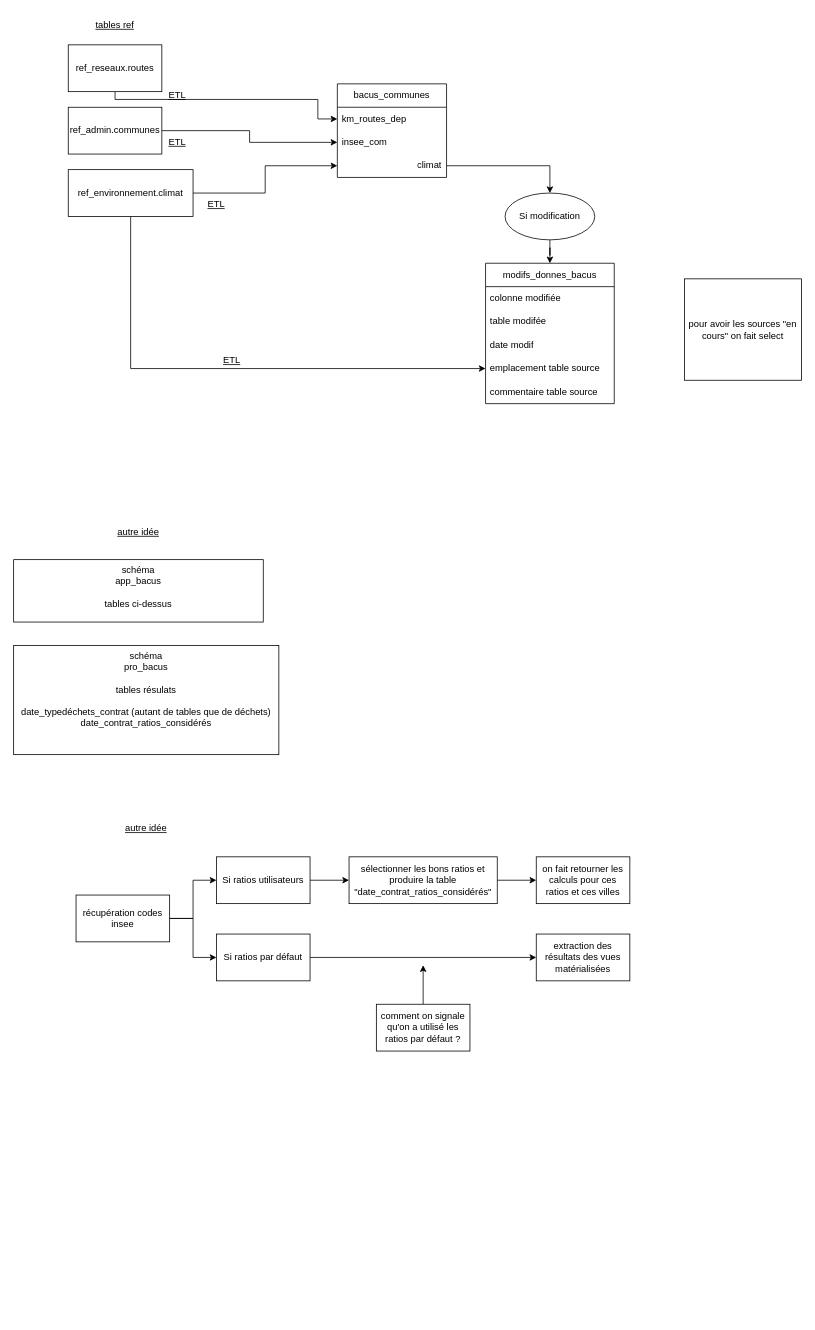
Above: Diagramme sans nom.drawio in dodviso/solagro_sql_bacus (draw.io), before the change. Source tidied: cells renumbered, new cells numbered last; positions are measured from the earlier drawing's top-left corner, leaving out a move shared by most shapes. Both pictures are drawn from the tidied source at 78%, with x=0, y=0 at pixel (13, 13). Pictures stored in the file or linked from it are replaced by grey dashed boxes.
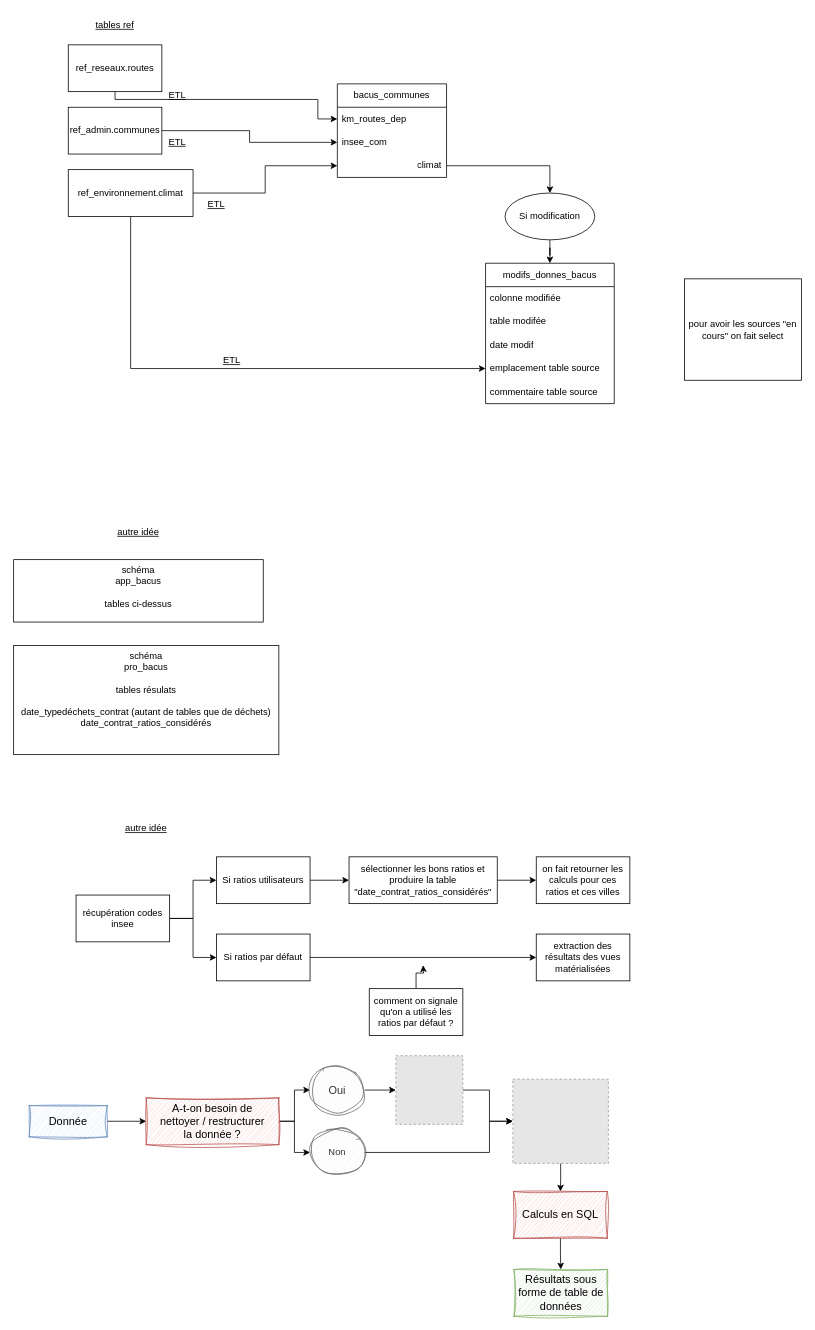
Above is the later version.

Commit message:
Mettre à jour Diagramme sans nom.drawio

Diff of the diagram source:
```diff
@@
     <mxCell id="44" value="comment on signale qu'on a utilisé les ratios par défaut ?" style="rounded=0;whiteSpace=wrap;html=1;" parent="1" vertex="1">
-      <mxGeometry x="465" y="1270" width="120" height="60" as="geometry" />
+      <mxGeometry x="455.9" y="1250" width="120" height="60" as="geometry" />
     </mxCell>
+    <mxCell id="45" style="edgeStyle=orthogonalEdgeStyle;rounded=0;jettySize=auto;html=1;entryX=0;entryY=0.5;entryDx=0;entryDy=0;" parent="1" edge="1" source="46" target="49">
+      <mxGeometry relative="1" as="geometry" />
+    </mxCell>
+    <mxCell id="46" value="&lt;font style=&quot;font-size: 14px;&quot;&gt;Donnée&lt;/font&gt;" style="rounded=0;whiteSpace=wrap;html=1;fillColor=#dae8fc;strokeColor=#6c8ebf;sketch=1;curveFitting=1;jiggle=2;" parent="1" vertex="1">
+      <mxGeometry x="20" y="1400" width="100" height="40" as="geometry" />
+    </mxCell>
+    <mxCell id="47" style="edgeStyle=orthogonalEdgeStyle;rounded=0;jettySize=auto;html=1;" parent="1" edge="1" source="49" target="51">
+      <mxGeometry relative="1" as="geometry" />
+    </mxCell>
+    <mxCell id="48" style="edgeStyle=orthogonalEdgeStyle;rounded=0;jettySize=auto;html=1;" parent="1" edge="1" source="49" target="53">
+      <mxGeometry relative="1" as="geometry" />
+    </mxCell>
+    <mxCell id="49" value="&lt;font style=&quot;font-size: 14px;&quot;&gt;A-t-on besoin de nettoyer / restructurer la donnée ? &lt;/font&gt;" style="rounded=0;whiteSpace=wrap;html=1;sketch=1;curveFitting=1;jiggle=2;fillColor=#f8cecc;strokeColor=#b85450;spacing=16;" parent="1" vertex="1">
+      <mxGeometry x="170" y="1390" width="170" height="60" as="geometry" />
+    </mxCell>
+    <mxCell id="50" style="edgeStyle=orthogonalEdgeStyle;rounded=0;jettySize=auto;html=1;" parent="1" edge="1" source="51" target="55">
+      <mxGeometry relative="1" as="geometry" />
+    </mxCell>
+    <mxCell id="51" value="&lt;font style=&quot;font-size: 14px;&quot;&gt;Oui &lt;/font&gt;" style="ellipse;whiteSpace=wrap;html=1;fillColor=#f5f5f5;strokeColor=#666666;sketch=1;curveFitting=1;jiggle=2;fontColor=#333333;" parent="1" vertex="1">
+      <mxGeometry x="380" y="1350" width="70" height="60" as="geometry" />
+    </mxCell>
+    <mxCell id="52" style="edgeStyle=orthogonalEdgeStyle;rounded=0;jettySize=auto;html=1;" parent="1" edge="1" source="53" target="57">
+      <mxGeometry relative="1" as="geometry">
+        <Array as="points">
+          <mxPoint x="610" y="1460" />
+          <mxPoint x="610" y="1420" />
+        </Array>
+      </mxGeometry>
+    </mxCell>
+    <mxCell id="53" value="Non" style="ellipse;whiteSpace=wrap;html=1;fillColor=#f5f5f5;strokeColor=#666666;sketch=1;curveFitting=1;jiggle=2;fontColor=#333333;" parent="1" vertex="1">
+      <mxGeometry x="380" y="1430" width="70" height="60" as="geometry" />
+    </mxCell>
+    <mxCell id="54" style="edgeStyle=orthogonalEdgeStyle;rounded=0;jettySize=auto;html=1;" parent="1" edge="1" source="55" target="57">
+      <mxGeometry relative="1" as="geometry">
+        <Array as="points">
+          <mxPoint x="610" y="1380" />
+          <mxPoint x="610" y="1420" />
+        </Array>
+      </mxGeometry>
+    </mxCell>
+    <mxCell id="55" style="fillColor=#E6E6E6;strokeColor=#999999;dashed=1;verticalLabelPosition=bottom;labelBackgroundColor=default;verticalAlign=top;" parent="1" vertex="1">
+      <mxGeometry x="490" y="1336" width="85.9" height="88" as="geometry" />
+    </mxCell>
+    <mxCell id="56" style="edgeStyle=orthogonalEdgeStyle;rounded=0;jettySize=auto;html=1;" parent="1" edge="1" source="57" target="59">
+      <mxGeometry relative="1" as="geometry" />
+    </mxCell>
+    <mxCell id="57" style="fillColor=#E6E6E6;strokeColor=#999999;dashed=1;verticalLabelPosition=bottom;labelBackgroundColor=default;verticalAlign=top;" parent="1" vertex="1">
+      <mxGeometry x="640" y="1366" width="122.5" height="108" as="geometry" />
+    </mxCell>
+    <mxCell id="58" style="edgeStyle=orthogonalEdgeStyle;rounded=0;jettySize=auto;html=1;" parent="1" edge="1" source="59" target="60">
+      <mxGeometry relative="1" as="geometry" />
+    </mxCell>
+    <mxCell id="59" value="&lt;font style=&quot;font-size: 14px;&quot;&gt;Calculs en SQL &lt;/font&gt;" style="rounded=0;whiteSpace=wrap;html=1;fillColor=#f8cecc;strokeColor=#b85450;sketch=1;curveFitting=1;jiggle=2;" parent="1" vertex="1">
+      <mxGeometry x="641" y="1510" width="120" height="60" as="geometry" />
+    </mxCell>
+    <mxCell id="60" value="&lt;font style=&quot;font-size: 14px;&quot;&gt;Résultats sous forme de table de données&lt;br&gt;&lt;/font&gt;" style="rounded=0;whiteSpace=wrap;html=1;fillColor=#d5e8d4;strokeColor=#82b366;sketch=1;curveFitting=1;jiggle=2;" parent="1" vertex="1">
+      <mxGeometry x="641.5" y="1610" width="120" height="60" as="geometry" />
+    </mxCell>
```
